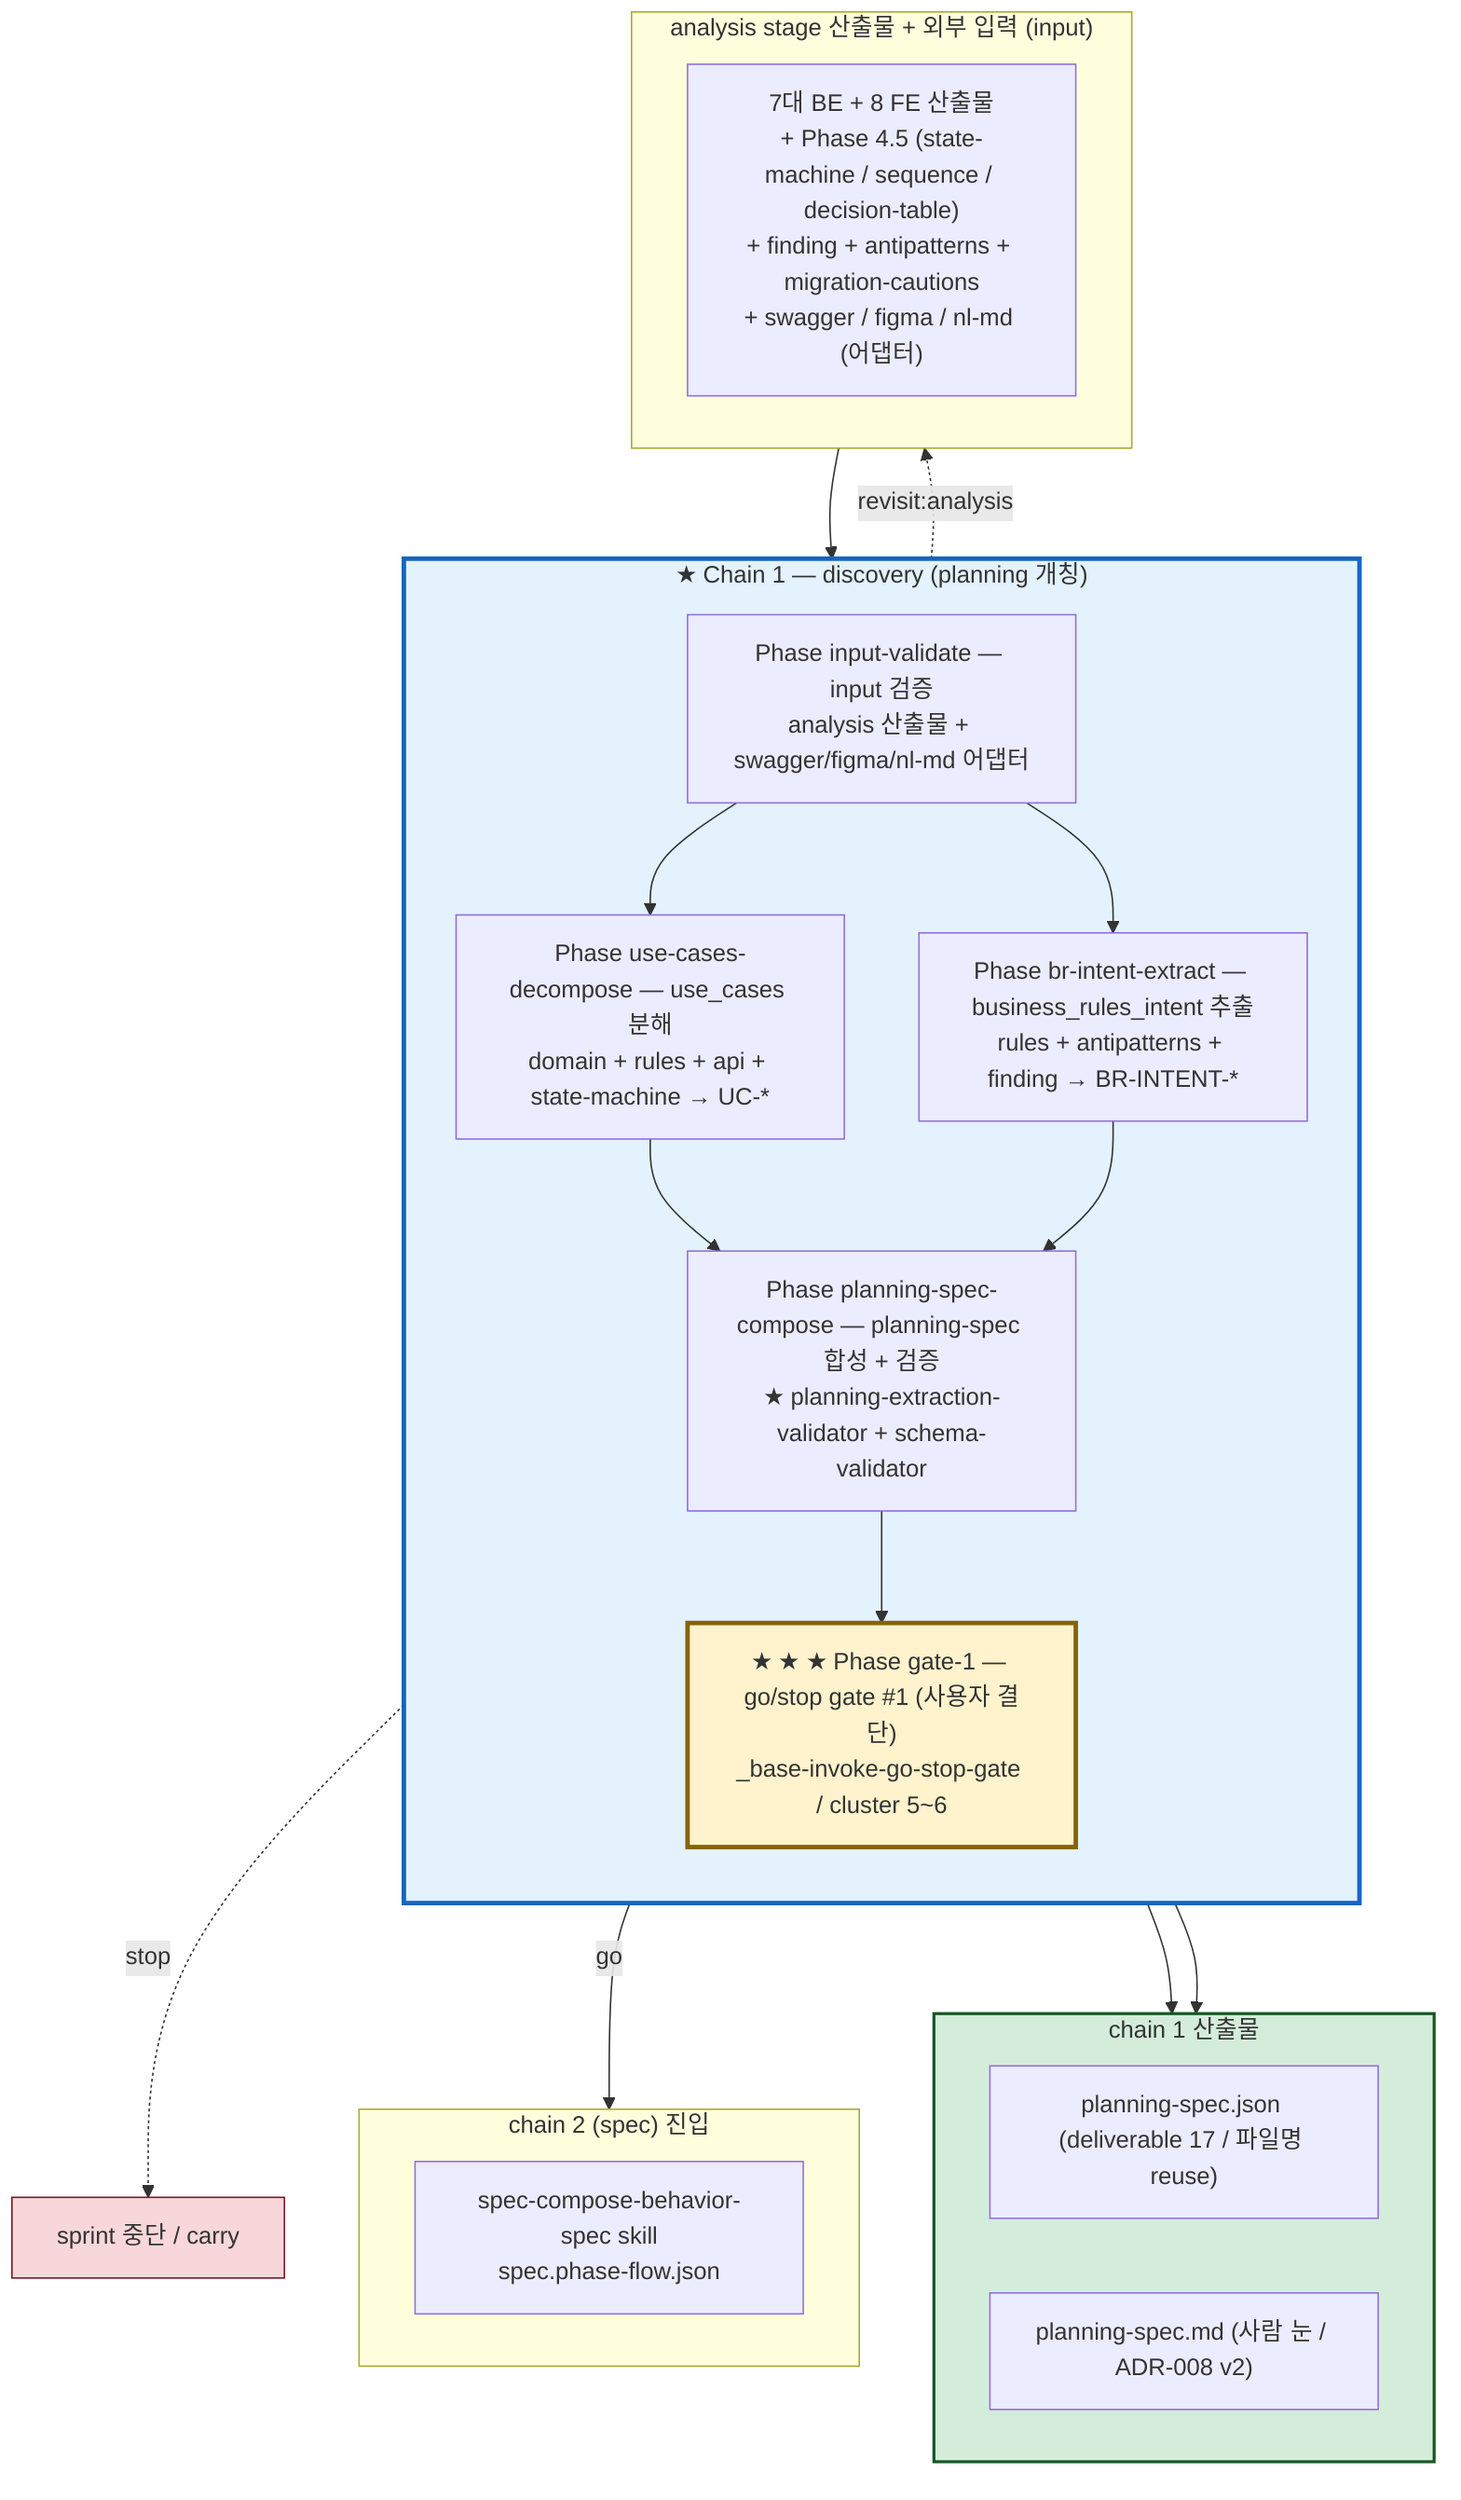
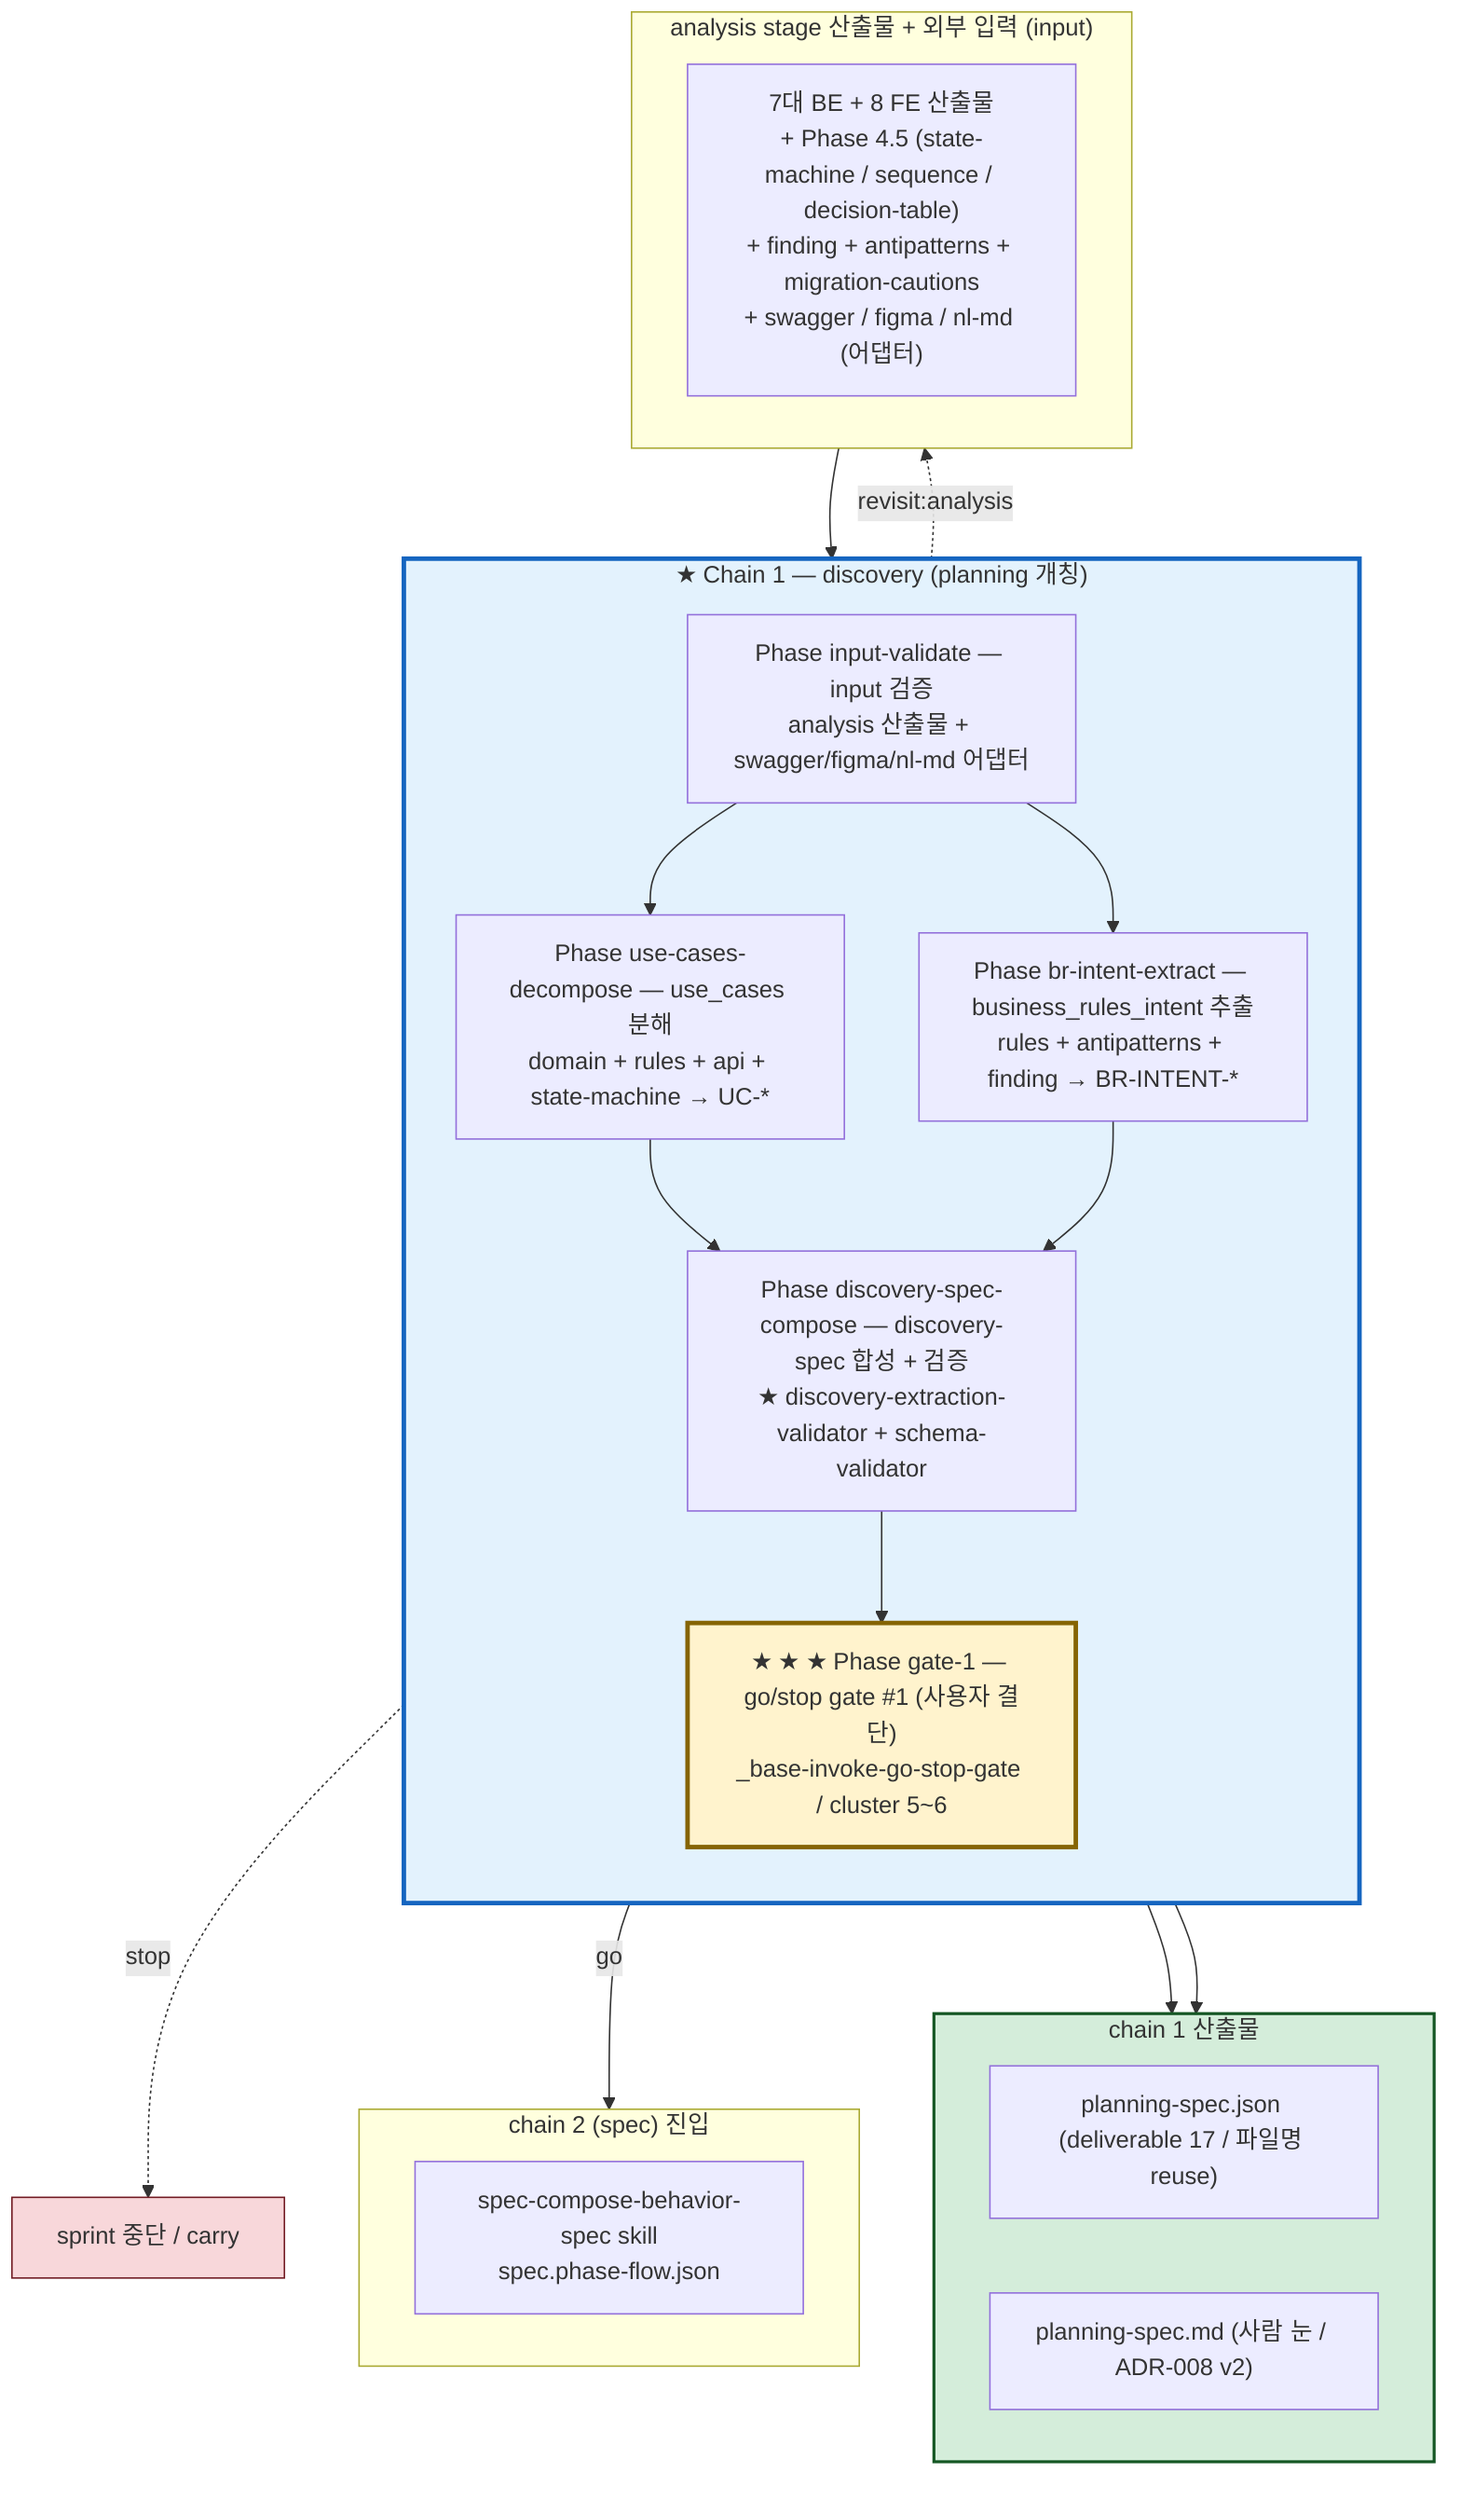
%% ★ ★ v2.0 chain 1 (discovery / planning 개칭) phase flow — 사람 눈 (mermaid)
%% AI 눈 짝: discovery.phase-flow.json (drift-validator 호환)
%% ★ v9.0 — planning→discovery 개칭 + 입력 어댑터 4종 확장 (DEC-2026-05-21).
%% ★ ★ ★ v3.1.0 — phase ID 의미 ID rename (D-3 paradigm / depends_on 그래프 SSOT / 위상정렬 자동).
%% subgraph id = `P_<semantic_id>` (P 접두사 + underscore — mermaid 문법 호환 + drift-validator 정규식 호환).
%% ADR-008 v2 §10 (chain 단계 이중 렌더링) + ADR-CHAIN-001 정합

flowchart TB
    subgraph C1["★ Chain 1 — discovery (planning 개칭)"]
        direction TB

        P_input_validate["Phase input-validate — input 검증<br/>analysis 산출물 + swagger/figma/nl-md 어댑터"]
        P_use_cases_decompose["Phase use-cases-decompose — use_cases 분해<br/>domain + rules + api + state-machine → UC-*"]
        P_br_intent_extract["Phase br-intent-extract — business_rules_intent 추출<br/>rules + antipatterns + finding → BR-INTENT-*"]
-         P_planning_spec_compose["Phase planning-spec-compose — planning-spec 합성 + 검증<br/>★ planning-extraction-validator + schema-validator"]
+         P_discovery_spec_compose["Phase discovery-spec-compose — discovery-spec 합성 + 검증<br/>★ discovery-extraction-validator + schema-validator"]
        P_gate_1["★ ★ ★ Phase gate-1 — go/stop gate #1 (사용자 결단)<br/>_base-invoke-go-stop-gate / cluster 5~6"]

        P_input_validate --> P_use_cases_decompose
        P_input_validate --> P_br_intent_extract
-         P_use_cases_decompose --> P_planning_spec_compose
-         P_br_intent_extract --> P_planning_spec_compose
-         P_planning_spec_compose --> P_gate_1
+         P_use_cases_decompose --> P_discovery_spec_compose
+         P_br_intent_extract --> P_discovery_spec_compose
+         P_discovery_spec_compose --> P_gate_1
    end

    subgraph IN["analysis stage 산출물 + 외부 입력 (input)"]
        direction LR
        IN_OUT["7대 BE + 8 FE 산출물<br/>+ Phase 4.5 (state-machine / sequence / decision-table)<br/>+ finding + antipatterns + migration-cautions<br/>+ swagger / figma / nl-md (어댑터)"]
    end

    subgraph OUT["chain 1 산출물"]
        direction LR
        OUT_JSON["planning-spec.json (deliverable 17 / 파일명 reuse)"]
        OUT_MD["planning-spec.md (사람 눈 / ADR-008 v2)"]
    end

    subgraph NEXT["chain 2 (spec) 진입"]
        N1["spec-compose-behavior-spec skill<br/>spec.phase-flow.json"]
    end

    IN --> P_input_validate
-     P_planning_spec_compose --> OUT_JSON
-     P_planning_spec_compose --> OUT_MD
+     P_discovery_spec_compose --> OUT_JSON
+     P_discovery_spec_compose --> OUT_MD
    P_gate_1 -->|"go"| NEXT
    P_gate_1 -.->|"stop"| STOP["sprint 중단 / carry"]
    P_gate_1 -.->|"revisit:analysis"| IN

    %% Style
    classDef chain1 fill:#e3f2fd,stroke:#1565c0,stroke-width:3px
    classDef gate fill:#fff3cd,stroke:#856404,stroke-width:3px
    classDef out fill:#d4edda,stroke:#155724,stroke-width:2px
    classDef stop fill:#f8d7da,stroke:#721c24
    class C1 chain1
    class P_gate_1 gate
    class OUT out
    class STOP stop
